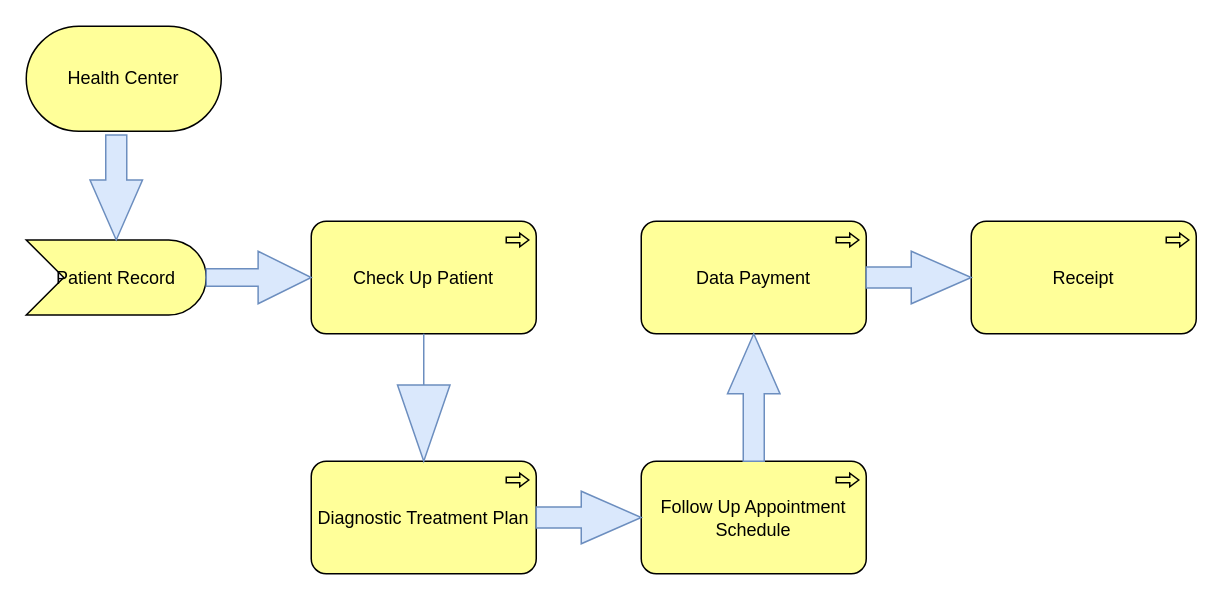
KevinCasoco/Archi-Model keeps this draw.io diagram as Untitled Diagram.drawio. Above is the earlier version. Source tidied: cells renumbered, new cells numbered last; positions are measured from the earlier drawing's top-left corner, leaving out a move shared by most shapes. Both pictures are drawn from the tidied source at 150%, with x=0, y=0 at pixel (26, 26).
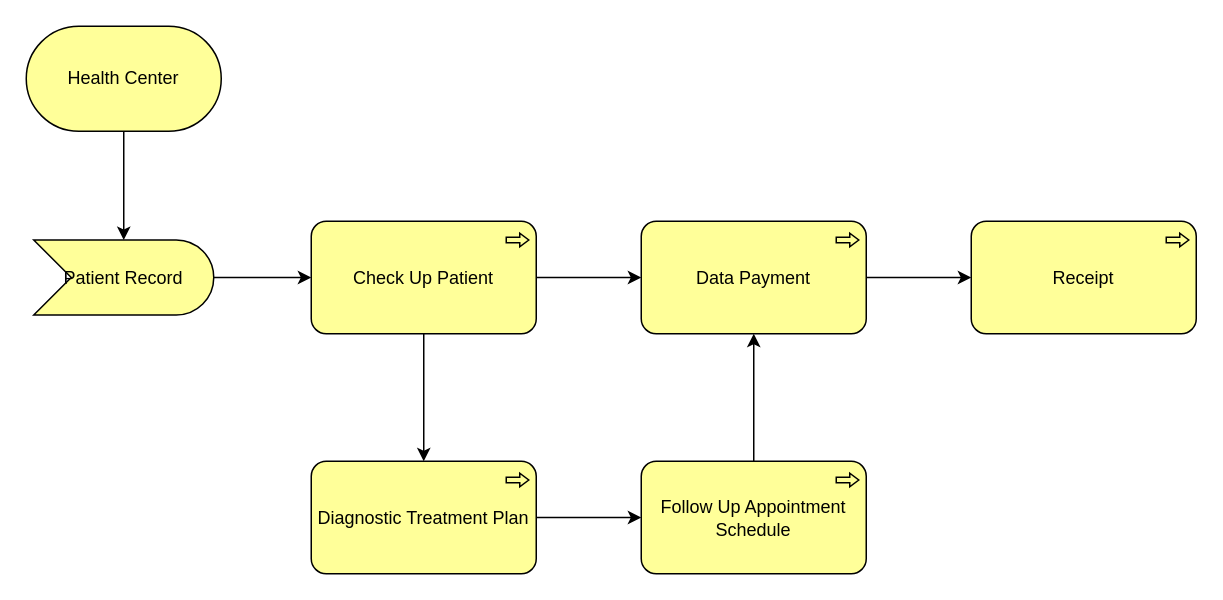
After the change.

Diff of the diagram source:
```diff
@@
 <mxGraphModel>
   <root>
     <mxCell id="0" />
     <mxCell id="1" parent="0" />
+    <mxCell id="15" style="edgeStyle=orthogonalEdgeStyle;rounded=0;jettySize=auto;html=1;" parent="1" edge="1" source="2" target="3">
+      <mxGeometry relative="1" as="geometry" />
+    </mxCell>
     <mxCell id="2" value="Health Center" style="html=1;outlineConnect=0;whiteSpace=wrap;fillColor=#ffff99;shape=mxgraph.archimate3.service;" parent="1" vertex="1">
       <mxGeometry width="130" height="70" as="geometry" />
     </mxCell>
+    <mxCell id="16" style="edgeStyle=orthogonalEdgeStyle;rounded=0;jettySize=auto;html=1;" parent="1" edge="1" source="3" target="4">
+      <mxGeometry relative="1" as="geometry" />
+    </mxCell>
     <mxCell id="3" value="Patient Record" style="html=1;outlineConnect=0;whiteSpace=wrap;fillColor=#ffff99;shape=mxgraph.archimate3.event;" parent="1" vertex="1">
-      <mxGeometry y="142.5" width="120" height="50" as="geometry" />
+      <mxGeometry x="5" y="142.5" width="120" height="50" as="geometry" />
     </mxCell>
+    <mxCell id="17" style="edgeStyle=orthogonalEdgeStyle;rounded=0;jettySize=auto;html=1;" parent="1" edge="1" source="4" target="7">
+      <mxGeometry relative="1" as="geometry" />
+    </mxCell>
+    <mxCell id="18" style="edgeStyle=orthogonalEdgeStyle;rounded=0;jettySize=auto;html=1;" parent="1" edge="1" source="4" target="5">
+      <mxGeometry relative="1" as="geometry" />
+    </mxCell>
     <mxCell id="4" value="Check Up Patient" style="html=1;outlineConnect=0;whiteSpace=wrap;fillColor=#ffff99;shape=mxgraph.archimate3.application;appType=proc;archiType=rounded;" parent="1" vertex="1">
       <mxGeometry x="190" y="130" width="150" height="75" as="geometry" />
     </mxCell>
+    <mxCell id="19" style="edgeStyle=orthogonalEdgeStyle;rounded=0;jettySize=auto;html=1;" parent="1" edge="1" source="5" target="6">
+      <mxGeometry relative="1" as="geometry" />
+    </mxCell>
     <mxCell id="5" value="Diagnostic Treatment Plan" style="html=1;outlineConnect=0;whiteSpace=wrap;fillColor=#ffff99;shape=mxgraph.archimate3.application;appType=proc;archiType=rounded;" parent="1" vertex="1">
       <mxGeometry x="190" y="290" width="150" height="75" as="geometry" />
     </mxCell>
+    <mxCell id="20" style="edgeStyle=orthogonalEdgeStyle;rounded=0;jettySize=auto;html=1;" parent="1" edge="1" source="6" target="7">
+      <mxGeometry relative="1" as="geometry" />
+    </mxCell>
     <mxCell id="6" value="Follow Up Appointment Schedule" style="html=1;outlineConnect=0;whiteSpace=wrap;fillColor=#ffff99;shape=mxgraph.archimate3.application;appType=proc;archiType=rounded;" parent="1" vertex="1">
       <mxGeometry x="410" y="290" width="150" height="75" as="geometry" />
     </mxCell>
+    <mxCell id="21" style="edgeStyle=orthogonalEdgeStyle;rounded=0;jettySize=auto;html=1;" parent="1" edge="1" source="7" target="8">
+      <mxGeometry relative="1" as="geometry" />
+    </mxCell>
     <mxCell id="7" value="Data Payment" style="html=1;outlineConnect=0;whiteSpace=wrap;fillColor=#ffff99;shape=mxgraph.archimate3.application;appType=proc;archiType=rounded;" parent="1" vertex="1">
       <mxGeometry x="410" y="130" width="150" height="75" as="geometry" />
     </mxCell>
     <mxCell id="8" value="Receipt" style="html=1;outlineConnect=0;whiteSpace=wrap;fillColor=#ffff99;shape=mxgraph.archimate3.application;appType=proc;archiType=rounded;" parent="1" vertex="1">
       <mxGeometry x="630" y="130" width="150" height="75" as="geometry" />
     </mxCell>
-    <mxCell id="9" style="html=1;shadow=0;dashed=0;align=center;verticalAlign=middle;shape=mxgraph.arrows2.arrow;dy=0.67;dx=35.42;notch=0;fillColor=#dae8fc;strokeColor=#6c8ebf;" parent="1" vertex="1">
-      <mxGeometry x="120" y="150" width="70" height="35" as="geometry" />
-    </mxCell>
-    <mxCell id="10" style="html=1;shadow=0;dashed=0;align=center;verticalAlign=middle;shape=mxgraph.arrows2.arrow;dy=0.6;dx=40;notch=0;rotation=90;fillColor=#dae8fc;strokeColor=#6c8ebf;" parent="1" vertex="1">
-      <mxGeometry x="25" y="90" width="70" height="35" as="geometry" />
-    </mxCell>
-    <mxCell id="11" style="html=1;shadow=0;dashed=0;align=center;verticalAlign=middle;shape=mxgraph.arrows2.arrow;dy=1;dx=50.9;notch=0;rotation=90;fillColor=#dae8fc;strokeColor=#6c8ebf;" parent="1" vertex="1">
-      <mxGeometry x="222.5" y="230" width="85" height="35" as="geometry" />
-    </mxCell>
-    <mxCell id="12" style="html=1;shadow=0;dashed=0;align=center;verticalAlign=middle;shape=mxgraph.arrows2.arrow;dy=0.6;dx=40;notch=0;fillColor=#dae8fc;strokeColor=#6c8ebf;" parent="1" vertex="1">
-      <mxGeometry x="340" y="310" width="70" height="35" as="geometry" />
-    </mxCell>
-    <mxCell id="13" style="html=1;shadow=0;dashed=0;align=center;verticalAlign=middle;shape=mxgraph.arrows2.arrow;dy=0.6;dx=40;notch=0;fillColor=#dae8fc;strokeColor=#6c8ebf;" parent="1" vertex="1">
-      <mxGeometry x="560" y="150" width="70" height="35" as="geometry" />
-    </mxCell>
-    <mxCell id="14" style="html=1;shadow=0;dashed=0;align=center;verticalAlign=middle;shape=mxgraph.arrows2.arrow;dy=0.6;dx=40;notch=0;rotation=-90;fillColor=#dae8fc;strokeColor=#6c8ebf;" parent="1" vertex="1">
-      <mxGeometry x="442.5" y="230" width="85" height="35" as="geometry" />
-    </mxCell>
   </root>
 </mxGraphModel>
```
